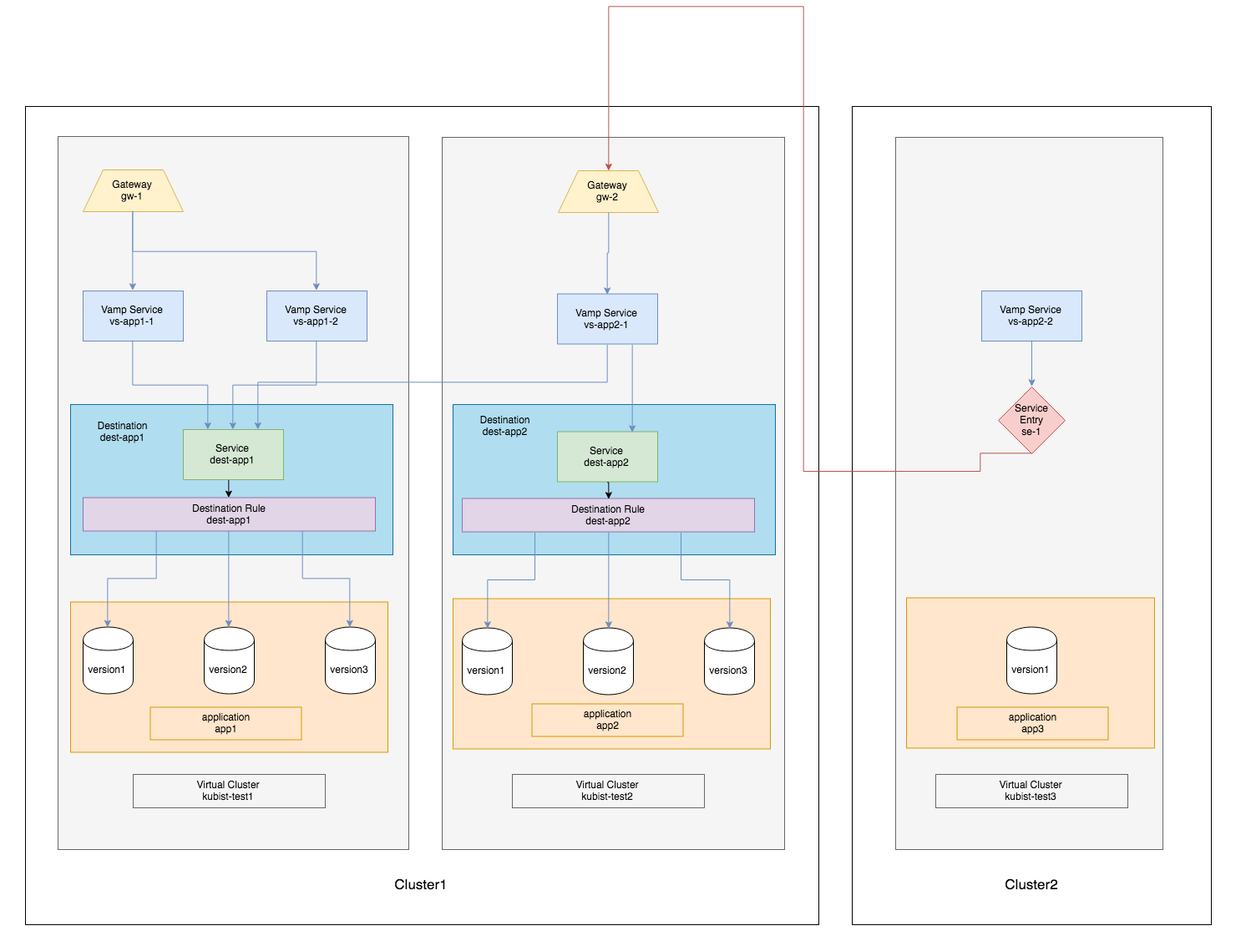
magneticio/vampkubistdocs keeps this draw.io diagram as images/screen4.png. Above is the earlier version. Source tidied: cells renumbered, new cells last; positions are measured from the earlier drawing's top-left corner, leaving out a move shared by most shapes. The source it was exported from:
```xml
<mxGraphModel>
  <root>
    <mxCell id="0" />
    <mxCell id="1" parent="0" />
    <mxCell id="2" style="rounded=0;whiteSpace=wrap;html=1;strokeColor=none;" parent="1" vertex="1">
      <mxGeometry y="79" width="1490" height="1045" as="geometry" />
    </mxCell>
    <mxCell id="3" style="rounded=0;whiteSpace=wrap;html=1;strokeColor=#000000;strokeWidth=1;" parent="1" vertex="1">
      <mxGeometry x="30" y="119" width="950" height="980" as="geometry" />
    </mxCell>
    <mxCell id="4" style="rounded=0;whiteSpace=wrap;html=1;fillColor=#f5f5f5;strokeColor=#666666;" parent="1" vertex="1">
      <mxGeometry x="529" y="156" width="410" height="853" as="geometry" />
    </mxCell>
    <mxCell id="5" style="rounded=0;whiteSpace=wrap;html=1;fillColor=#b1ddf0;strokeColor=#10739e;" parent="1" vertex="1">
      <mxGeometry x="542" y="476" width="386" height="180" as="geometry" />
    </mxCell>
    <mxCell id="6" value="Destination&lt;br&gt;dest-app2&lt;br&gt;&lt;br&gt;" style="text;html=1;strokeColor=none;fillColor=none;align=center;verticalAlign=middle;whiteSpace=wrap;rounded=0;" parent="1" vertex="1">
      <mxGeometry x="554" y="498" width="101" height="20" as="geometry" />
    </mxCell>
    <mxCell id="7" style="rounded=0;whiteSpace=wrap;html=1;fillColor=#f5f5f5;strokeColor=#666666;" parent="1" vertex="1">
      <mxGeometry x="69" y="155" width="420" height="854" as="geometry" />
    </mxCell>
    <mxCell id="8" style="rounded=0;whiteSpace=wrap;html=1;fillColor=#b1ddf0;strokeColor=#10739e;" parent="1" vertex="1">
      <mxGeometry x="84" y="476" width="386" height="180" as="geometry" />
    </mxCell>
    <mxCell id="9" style="rounded=0;whiteSpace=wrap;html=1;strokeColor=#000000;strokeWidth=1;" parent="1" vertex="1">
      <mxGeometry x="1020" y="119" width="430" height="980" as="geometry" />
    </mxCell>
    <mxCell id="10" style="rounded=0;whiteSpace=wrap;html=1;fillColor=#f5f5f5;strokeColor=#666666;" parent="1" vertex="1">
      <mxGeometry x="1072" y="156" width="320" height="853" as="geometry" />
    </mxCell>
    <mxCell id="11" style="rounded=0;whiteSpace=wrap;html=1;strokeColor=#d79b00;strokeWidth=1;fillColor=#ffe6cc;" parent="1" vertex="1">
      <mxGeometry x="1085" y="707.5" width="297" height="180" as="geometry" />
    </mxCell>
    <mxCell id="12" value="application&lt;br&gt;app3&lt;br&gt;" style="rounded=0;whiteSpace=wrap;html=1;strokeColor=#d79b00;strokeWidth=1;fillColor=#ffe6cc;" parent="1" vertex="1">
      <mxGeometry x="1145.5" y="838.5" width="181" height="39" as="geometry" />
    </mxCell>
    <mxCell id="13" value="&lt;span style=&quot;font-size: 17px&quot;&gt;Cluster1&lt;/span&gt;&lt;br&gt;" style="rounded=0;whiteSpace=wrap;html=1;strokeColor=#FFFFFF;strokeWidth=1;" parent="1" vertex="1">
      <mxGeometry x="215" y="1021" width="580" height="60" as="geometry" />
    </mxCell>
    <mxCell id="14" style="rounded=0;whiteSpace=wrap;html=1;strokeColor=#d79b00;strokeWidth=1;fillColor=#ffe6cc;" parent="1" vertex="1">
      <mxGeometry x="542" y="708.5" width="380" height="180" as="geometry" />
    </mxCell>
    <mxCell id="15" value="Gateway&lt;br&gt;gw-2&lt;br&gt;" style="shape=trapezoid;perimeter=trapezoidPerimeter;whiteSpace=wrap;html=1;fillColor=#fff2cc;strokeColor=#d6b656;" parent="1" vertex="1">
      <mxGeometry x="668" y="196" width="120" height="50" as="geometry" />
    </mxCell>
    <mxCell id="16" value="Vamp Service&lt;br&gt;vs-app2-2&lt;br&gt;" style="rounded=0;whiteSpace=wrap;html=1;fillColor=#dae8fc;strokeColor=#6c8ebf;" parent="1" vertex="1">
      <mxGeometry x="1175" y="340" width="120" height="60" as="geometry" />
    </mxCell>
    <mxCell id="17" value="Service&lt;br&gt;Entry&lt;br&gt;se-1&lt;br&gt;" style="rhombus;whiteSpace=wrap;html=1;fillColor=#f8cecc;strokeColor=#b85450;" parent="1" vertex="1">
      <mxGeometry x="1195" y="455" width="80" height="80" as="geometry" />
    </mxCell>
    <mxCell id="18" style="edgeStyle=orthogonalEdgeStyle;rounded=0;html=1;exitX=0.5;exitY=1;entryX=0.5;entryY=0;jettySize=auto;fillColor=#dae8fc;strokeColor=#6c8ebf;" parent="1" edge="1" source="16" target="17">
      <mxGeometry relative="1" as="geometry" />
    </mxCell>
    <mxCell id="19" value="Virtual Cluster&lt;br&gt;kubist-test3&lt;br&gt;" style="rounded=0;whiteSpace=wrap;html=1;strokeColor=#666666;fillColor=#f5f5f5;" parent="1" vertex="1">
      <mxGeometry x="1120" y="919" width="230" height="40" as="geometry" />
    </mxCell>
    <mxCell id="20" value="Service&lt;br&gt;dest-app2&lt;br&gt;" style="rounded=0;whiteSpace=wrap;html=1;fillColor=#d5e8d4;strokeColor=#82b366;" parent="1" vertex="1">
      <mxGeometry x="667" y="508.5" width="120" height="60" as="geometry" />
    </mxCell>
    <mxCell id="21" value="Destination Rule&lt;br&gt;dest-app2&lt;br&gt;" style="rounded=0;whiteSpace=wrap;html=1;fillColor=#e1d5e7;strokeColor=#9673a6;" parent="1" vertex="1">
      <mxGeometry x="553" y="588.5" width="350" height="40" as="geometry" />
    </mxCell>
    <mxCell id="22" value="version1&lt;br&gt;" style="shape=cylinder;whiteSpace=wrap;html=1;boundedLbl=1;backgroundOutline=1;" parent="1" vertex="1">
      <mxGeometry x="553" y="743.5" width="60" height="80" as="geometry" />
    </mxCell>
    <mxCell id="23" value="version2" style="shape=cylinder;whiteSpace=wrap;html=1;boundedLbl=1;backgroundOutline=1;" parent="1" vertex="1">
      <mxGeometry x="698" y="743.5" width="60" height="80" as="geometry" />
    </mxCell>
    <mxCell id="24" value="version3" style="shape=cylinder;whiteSpace=wrap;html=1;boundedLbl=1;backgroundOutline=1;" parent="1" vertex="1">
      <mxGeometry x="843" y="743.5" width="60" height="80" as="geometry" />
    </mxCell>
    <mxCell id="25" style="edgeStyle=orthogonalEdgeStyle;rounded=0;html=1;exitX=0.25;exitY=1;entryX=0.5;entryY=0;jettySize=auto;fillColor=#dae8fc;strokeColor=#6c8ebf;" parent="1" edge="1" source="21" target="22">
      <mxGeometry relative="1" as="geometry" />
    </mxCell>
    <mxCell id="26" style="edgeStyle=orthogonalEdgeStyle;rounded=0;html=1;exitX=0.5;exitY=1;entryX=0.5;entryY=0;jettySize=auto;fillColor=#dae8fc;strokeColor=#6c8ebf;" parent="1" edge="1" source="21" target="23">
      <mxGeometry relative="1" as="geometry" />
    </mxCell>
    <mxCell id="27" style="edgeStyle=orthogonalEdgeStyle;rounded=0;html=1;exitX=0.75;exitY=1;entryX=0.5;entryY=0;jettySize=auto;fillColor=#dae8fc;strokeColor=#6c8ebf;" parent="1" edge="1" source="21" target="24">
      <mxGeometry relative="1" as="geometry" />
    </mxCell>
    <mxCell id="28" style="edgeStyle=orthogonalEdgeStyle;rounded=0;html=1;exitX=0.5;exitY=1;entryX=0.5;entryY=0;jettySize=auto;" parent="1" edge="1" source="20" target="21">
      <mxGeometry relative="1" as="geometry" />
    </mxCell>
    <mxCell id="29" value="Vamp Service&lt;br&gt;vs-app2-1&lt;br&gt;" style="rounded=0;whiteSpace=wrap;html=1;fillColor=#dae8fc;strokeColor=#6c8ebf;" parent="1" vertex="1">
      <mxGeometry x="667" y="343.5" width="120" height="60" as="geometry" />
    </mxCell>
    <mxCell id="30" style="edgeStyle=orthogonalEdgeStyle;rounded=0;html=1;exitX=0.5;exitY=1;entryX=0.5;entryY=0;jettySize=auto;fillColor=#dae8fc;strokeColor=#6c8ebf;" parent="1" edge="1" source="15" target="29">
      <mxGeometry relative="1" as="geometry" />
    </mxCell>
    <mxCell id="31" value="Virtual Cluster&lt;br&gt;kubist-test2&lt;br&gt;" style="rounded=0;whiteSpace=wrap;html=1;strokeColor=#666666;fillColor=#f5f5f5;" parent="1" vertex="1">
      <mxGeometry x="613" y="919" width="230" height="40" as="geometry" />
    </mxCell>
    <mxCell id="32" value="version1&lt;br&gt;" style="shape=cylinder;whiteSpace=wrap;html=1;boundedLbl=1;backgroundOutline=1;" parent="1" vertex="1">
      <mxGeometry x="1205" y="742.5" width="60" height="80" as="geometry" />
    </mxCell>
    <mxCell id="33" value="application&lt;br&gt;app2&lt;br&gt;" style="rounded=0;whiteSpace=wrap;html=1;strokeColor=#d79b00;strokeWidth=1;fillColor=#ffe6cc;" parent="1" vertex="1">
      <mxGeometry x="636.5" y="834.5" width="181" height="39" as="geometry" />
    </mxCell>
    <mxCell id="34" style="rounded=0;whiteSpace=wrap;html=1;strokeColor=#d79b00;strokeWidth=1;fillColor=#ffe6cc;" parent="1" vertex="1">
      <mxGeometry x="84" y="712.5" width="380" height="180" as="geometry" />
    </mxCell>
    <mxCell id="35" value="application&lt;br&gt;app1&lt;br&gt;" style="rounded=0;whiteSpace=wrap;html=1;strokeColor=#d79b00;strokeWidth=1;fillColor=#ffe6cc;" parent="1" vertex="1">
      <mxGeometry x="179.5" y="838.5" width="181" height="39" as="geometry" />
    </mxCell>
    <mxCell id="36" value="Gateway&lt;br&gt;gw-1&lt;br&gt;" style="shape=trapezoid;perimeter=trapezoidPerimeter;whiteSpace=wrap;html=1;fillColor=#fff2cc;strokeColor=#d6b656;" parent="1" vertex="1">
      <mxGeometry x="99" y="195" width="120" height="50" as="geometry" />
    </mxCell>
    <mxCell id="37" value="Vamp Service&lt;br&gt;vs-app1-1&lt;br&gt;" style="rounded=0;whiteSpace=wrap;html=1;fillColor=#dae8fc;strokeColor=#6c8ebf;" parent="1" vertex="1">
      <mxGeometry x="99" y="340" width="120" height="60" as="geometry" />
    </mxCell>
    <mxCell id="38" value="Vamp Service&lt;br&gt;vs-app1-2&lt;br&gt;" style="rounded=0;whiteSpace=wrap;html=1;fillColor=#dae8fc;strokeColor=#6c8ebf;" parent="1" vertex="1">
      <mxGeometry x="319" y="340" width="120" height="60" as="geometry" />
    </mxCell>
    <mxCell id="39" style="edgeStyle=orthogonalEdgeStyle;rounded=0;html=1;exitX=0.5;exitY=1;entryX=0.5;entryY=0;jettySize=auto;" parent="1" edge="1" source="40" target="43">
      <mxGeometry relative="1" as="geometry" />
    </mxCell>
    <mxCell id="40" value="Service&lt;br&gt;dest-app1&lt;br&gt;" style="rounded=0;whiteSpace=wrap;html=1;fillColor=#d5e8d4;strokeColor=#82b366;" parent="1" vertex="1">
      <mxGeometry x="219" y="506" width="120" height="60" as="geometry" />
    </mxCell>
    <mxCell id="41" style="edgeStyle=orthogonalEdgeStyle;rounded=0;html=1;exitX=0.5;exitY=1;entryX=0.25;entryY=0;jettySize=auto;fillColor=#dae8fc;strokeColor=#6c8ebf;" parent="1" edge="1" source="37" target="40">
      <mxGeometry relative="1" as="geometry" />
    </mxCell>
    <mxCell id="42" style="edgeStyle=orthogonalEdgeStyle;rounded=0;html=1;exitX=0.5;exitY=1;jettySize=auto;fillColor=#dae8fc;strokeColor=#6c8ebf;entryX=0.5;entryY=0;" parent="1" edge="1" source="38" target="40">
      <mxGeometry relative="1" as="geometry" />
    </mxCell>
    <mxCell id="43" value="Destination Rule&lt;br&gt;dest-app1&lt;br&gt;" style="rounded=0;whiteSpace=wrap;html=1;fillColor=#e1d5e7;strokeColor=#9673a6;" parent="1" vertex="1">
      <mxGeometry x="99" y="587.5" width="350" height="40" as="geometry" />
    </mxCell>
    <mxCell id="44" value="version1&lt;br&gt;" style="shape=cylinder;whiteSpace=wrap;html=1;boundedLbl=1;backgroundOutline=1;" parent="1" vertex="1">
      <mxGeometry x="99" y="742.5" width="60" height="80" as="geometry" />
    </mxCell>
    <mxCell id="45" value="version2" style="shape=cylinder;whiteSpace=wrap;html=1;boundedLbl=1;backgroundOutline=1;" parent="1" vertex="1">
      <mxGeometry x="244" y="742.5" width="60" height="80" as="geometry" />
    </mxCell>
    <mxCell id="46" value="version3" style="shape=cylinder;whiteSpace=wrap;html=1;boundedLbl=1;backgroundOutline=1;" parent="1" vertex="1">
      <mxGeometry x="389" y="742.5" width="60" height="80" as="geometry" />
    </mxCell>
    <mxCell id="47" style="edgeStyle=orthogonalEdgeStyle;rounded=0;html=1;exitX=0.25;exitY=1;entryX=0.5;entryY=0;jettySize=auto;fillColor=#dae8fc;strokeColor=#6c8ebf;" parent="1" edge="1" source="43" target="44">
      <mxGeometry relative="1" as="geometry" />
    </mxCell>
    <mxCell id="48" style="edgeStyle=orthogonalEdgeStyle;rounded=0;html=1;exitX=0.5;exitY=1;entryX=0.5;entryY=0;jettySize=auto;fillColor=#dae8fc;strokeColor=#6c8ebf;" parent="1" edge="1" source="43" target="45">
      <mxGeometry relative="1" as="geometry" />
    </mxCell>
    <mxCell id="49" style="edgeStyle=orthogonalEdgeStyle;rounded=0;html=1;exitX=0.75;exitY=1;entryX=0.5;entryY=0;jettySize=auto;fillColor=#dae8fc;strokeColor=#6c8ebf;" parent="1" edge="1" source="43" target="46">
      <mxGeometry relative="1" as="geometry" />
    </mxCell>
    <mxCell id="50" value="Virtual Cluster&lt;br&gt;kubist-test1&lt;br&gt;" style="rounded=0;whiteSpace=wrap;html=1;strokeColor=#666666;fillColor=#f5f5f5;" parent="1" vertex="1">
      <mxGeometry x="159" y="919" width="230" height="40" as="geometry" />
    </mxCell>
    <mxCell id="51" style="edgeStyle=orthogonalEdgeStyle;rounded=0;html=1;exitX=0.5;exitY=1;entryX=0.5;entryY=0;jettySize=auto;fillColor=#dae8fc;strokeColor=#6c8ebf;" parent="1" edge="1" source="36" target="37">
      <mxGeometry relative="1" as="geometry" />
    </mxCell>
    <mxCell id="52" style="edgeStyle=orthogonalEdgeStyle;rounded=0;html=1;exitX=0.5;exitY=1;entryX=0.5;entryY=0;jettySize=auto;fillColor=#f8cecc;strokeColor=#b85450;" parent="1" edge="1" source="17" target="15">
      <mxGeometry relative="1" as="geometry">
        <Array as="points">
          <mxPoint x="1173" y="556" />
          <mxPoint x="961" y="556" />
          <mxPoint x="961" />
          <mxPoint x="729" />
        </Array>
      </mxGeometry>
    </mxCell>
    <mxCell id="53" style="edgeStyle=orthogonalEdgeStyle;rounded=0;html=1;exitX=0.5;exitY=1;entryX=0.75;entryY=0;jettySize=auto;fillColor=#dae8fc;strokeColor=#6c8ebf;" parent="1" edge="1" source="29" target="40">
      <mxGeometry relative="1" as="geometry">
        <Array as="points">
          <mxPoint x="727" y="449" />
          <mxPoint x="309" y="449" />
        </Array>
      </mxGeometry>
    </mxCell>
    <mxCell id="54" style="edgeStyle=orthogonalEdgeStyle;rounded=0;html=1;exitX=0.5;exitY=1;entryX=0.5;entryY=0;jettySize=auto;fillColor=#dae8fc;strokeColor=#6c8ebf;" parent="1" edge="1" source="36" target="38">
      <mxGeometry relative="1" as="geometry" />
    </mxCell>
    <mxCell id="55" style="edgeStyle=orthogonalEdgeStyle;rounded=0;html=1;exitX=0.75;exitY=1;entryX=0.75;entryY=0;jettySize=auto;fillColor=#dae8fc;strokeColor=#6c8ebf;" parent="1" edge="1" source="29" target="20">
      <mxGeometry relative="1" as="geometry" />
    </mxCell>
    <mxCell id="56" value="&lt;span style=&quot;font-size: 17px&quot;&gt;Cluster2&lt;/span&gt;&lt;br&gt;" style="rounded=0;whiteSpace=wrap;html=1;strokeColor=#FFFFFF;strokeWidth=1;" parent="1" vertex="1">
      <mxGeometry x="1096" y="1021" width="280" height="60" as="geometry" />
    </mxCell>
    <mxCell id="57" value="Destination&lt;br&gt;dest-app1&lt;br&gt;" style="text;html=1;strokeColor=none;fillColor=none;align=center;verticalAlign=middle;whiteSpace=wrap;rounded=0;" parent="1" vertex="1">
      <mxGeometry x="96" y="498" width="101" height="20" as="geometry" />
    </mxCell>
  </root>
</mxGraphModel>
```
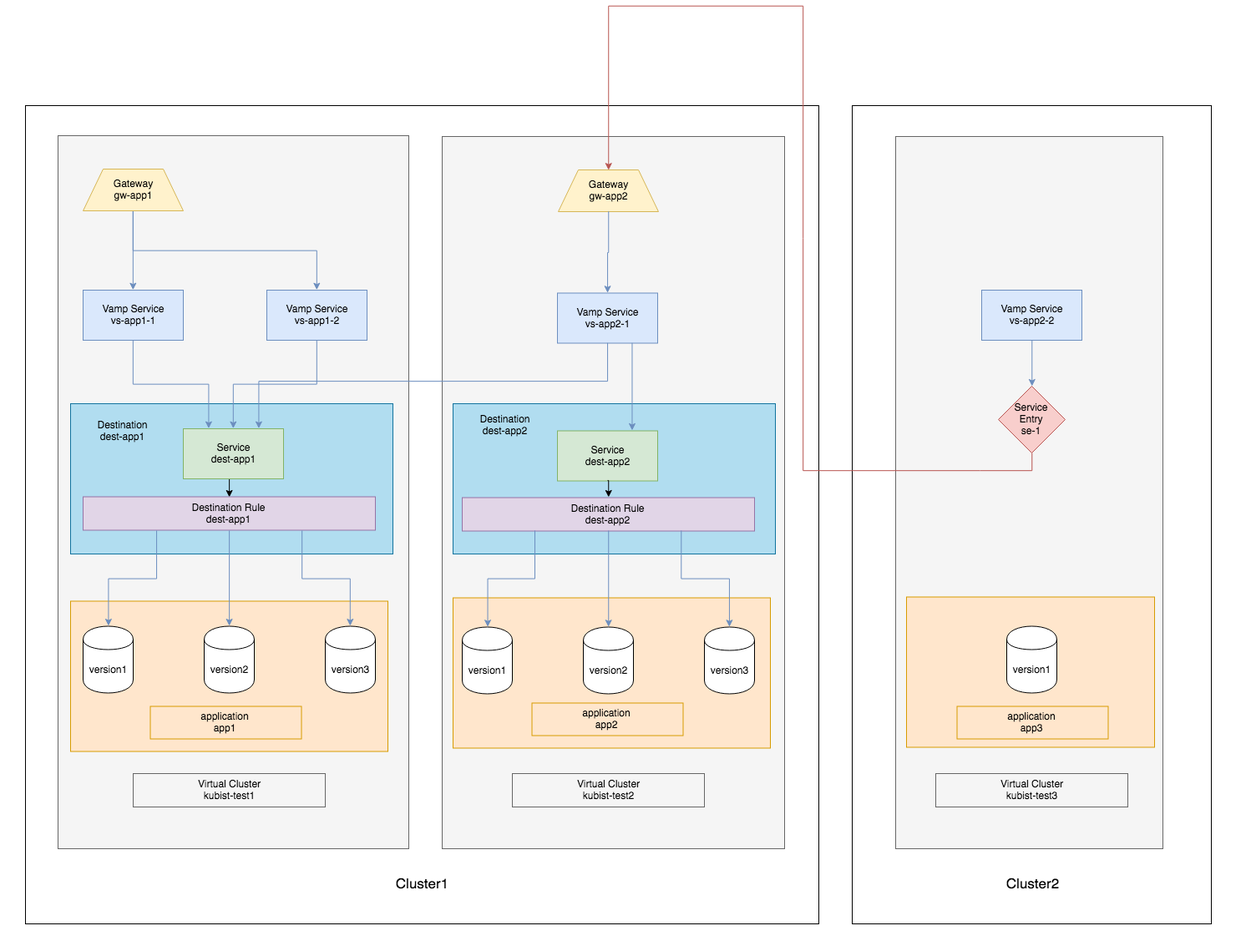
The same diagram one commit later.

Commit message:
Final polish on advanced tutorial

The edit, as a diff of the source:
```diff
@@ -41,7 +41,7 @@
     <mxCell id="14" style="rounded=0;whiteSpace=wrap;html=1;strokeColor=#d79b00;strokeWidth=1;fillColor=#ffe6cc;" parent="1" vertex="1">
       <mxGeometry x="542" y="708.5" width="380" height="180" as="geometry" />
     </mxCell>
-    <mxCell id="15" value="Gateway&lt;br&gt;gw-2&lt;br&gt;" style="shape=trapezoid;perimeter=trapezoidPerimeter;whiteSpace=wrap;html=1;fillColor=#fff2cc;strokeColor=#d6b656;" parent="1" vertex="1">
+    <mxCell id="15" value="Gateway&lt;br&gt;gw-app2&lt;br&gt;" style="shape=trapezoid;perimeter=trapezoidPerimeter;whiteSpace=wrap;html=1;fillColor=#fff2cc;strokeColor=#d6b656;" parent="1" vertex="1">
       <mxGeometry x="668" y="196" width="120" height="50" as="geometry" />
     </mxCell>
     <mxCell id="16" value="Vamp Service&lt;br&gt;vs-app2-2&lt;br&gt;" style="rounded=0;whiteSpace=wrap;html=1;fillColor=#dae8fc;strokeColor=#6c8ebf;" parent="1" vertex="1">
@@ -104,7 +104,7 @@
     <mxCell id="35" value="application&lt;br&gt;app1&lt;br&gt;" style="rounded=0;whiteSpace=wrap;html=1;strokeColor=#d79b00;strokeWidth=1;fillColor=#ffe6cc;" parent="1" vertex="1">
       <mxGeometry x="179.5" y="838.5" width="181" height="39" as="geometry" />
     </mxCell>
-    <mxCell id="36" value="Gateway&lt;br&gt;gw-1&lt;br&gt;" style="shape=trapezoid;perimeter=trapezoidPerimeter;whiteSpace=wrap;html=1;fillColor=#fff2cc;strokeColor=#d6b656;" parent="1" vertex="1">
+    <mxCell id="36" value="Gateway&lt;br&gt;gw-app1&lt;br&gt;" style="shape=trapezoid;perimeter=trapezoidPerimeter;whiteSpace=wrap;html=1;fillColor=#fff2cc;strokeColor=#d6b656;" parent="1" vertex="1">
       <mxGeometry x="99" y="195" width="120" height="50" as="geometry" />
     </mxCell>
     <mxCell id="37" value="Vamp Service&lt;br&gt;vs-app1-1&lt;br&gt;" style="rounded=0;whiteSpace=wrap;html=1;fillColor=#dae8fc;strokeColor=#6c8ebf;" parent="1" vertex="1">
```
